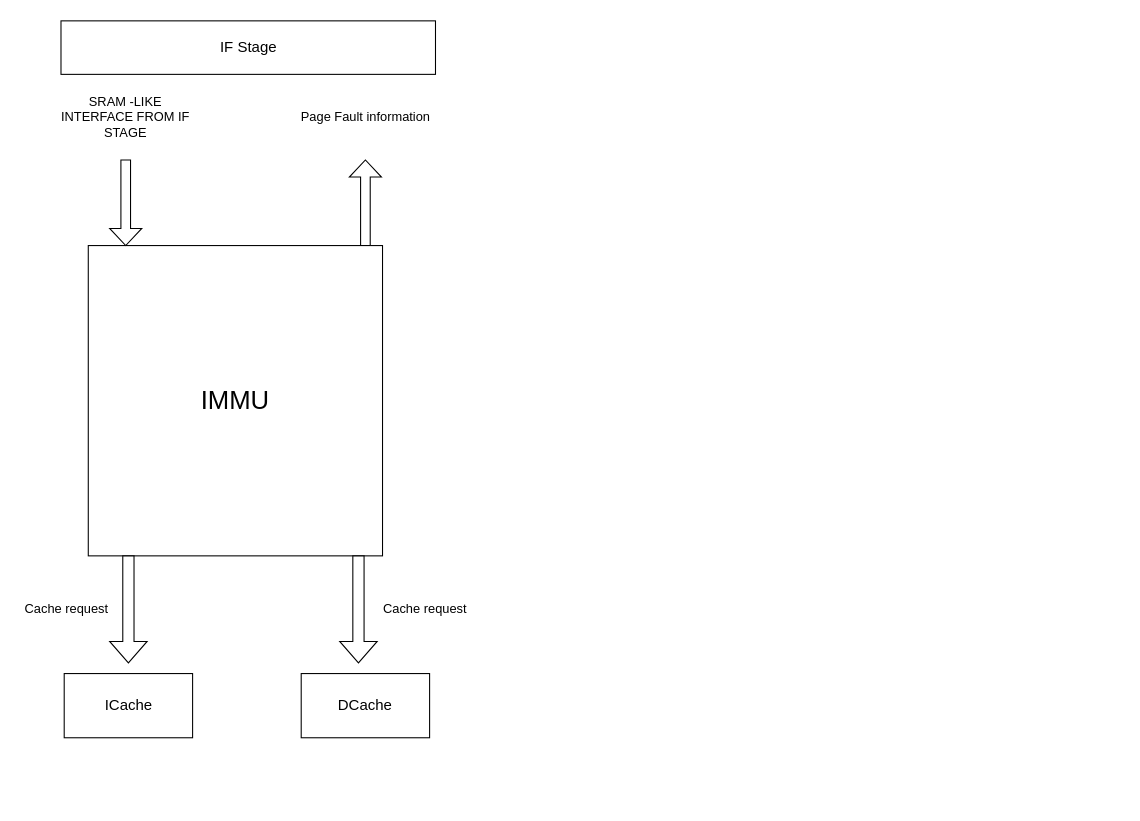
Before: MMU.drawio in happy-lx/drawio, a draw.io diagram. Source tidied: cells renumbered, new cells numbered last; positions are measured from the earlier drawing's top-left corner, leaving out a move shared by most shapes. Both pictures are drawn from the tidied source at 107%, with x=0, y=0 at pixel (18, 20).
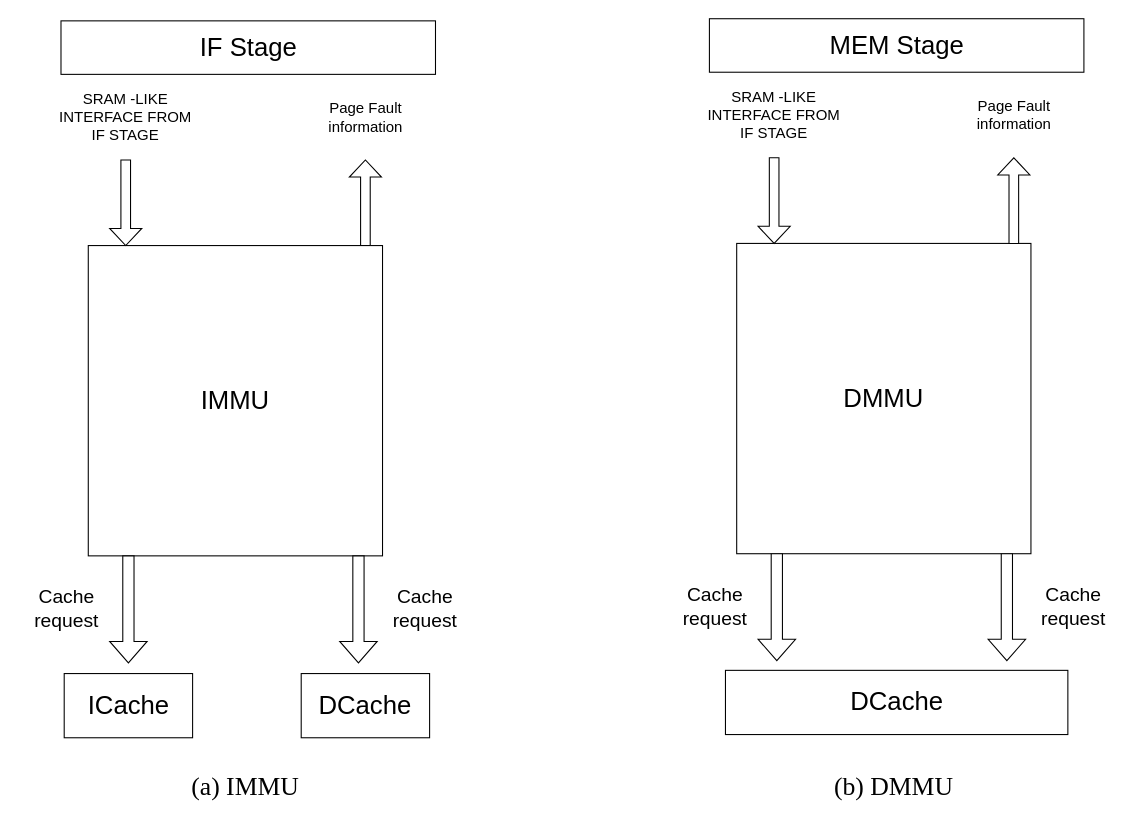
Above is the later version.

Diff of the diagram source:
```diff
@@
-    <mxCell id="4" value="SRAM -LIKE INTERFACE FROM IF STAGE" style="text;html=1;strokeColor=none;fillColor=none;align=center;verticalAlign=middle;whiteSpace=wrap;rounded=0;" parent="1" vertex="1">
+    <mxCell id="4" value="&lt;font style=&quot;font-size: 14px&quot;&gt;SRAM -LIKE INTERFACE FROM IF STAGE&lt;/font&gt;" style="text;html=1;strokeColor=none;fillColor=none;align=center;verticalAlign=middle;whiteSpace=wrap;rounded=0;" parent="1" vertex="1">
       <mxGeometry x="30" y="60" width="140" height="60" as="geometry" />
     </mxCell>
-    <mxCell id="5" value="&lt;font style=&quot;font-size: 14px&quot;&gt;IF Stage&lt;/font&gt;" style="rounded=0;whiteSpace=wrap;html=1;" parent="1" vertex="1">
+    <mxCell id="5" value="&lt;font style=&quot;font-size: 24px&quot;&gt;IF Stage&lt;/font&gt;" style="rounded=0;whiteSpace=wrap;html=1;" parent="1" vertex="1">
       <mxGeometry x="39.5" width="350" height="50" as="geometry" />
     </mxCell>
@@
-    <mxCell id="7" value="Page Fault information" style="text;html=1;strokeColor=none;fillColor=none;align=center;verticalAlign=middle;whiteSpace=wrap;rounded=0;" parent="1" vertex="1">
+    <mxCell id="7" value="&lt;font style=&quot;font-size: 14px&quot;&gt;Page Fault information&lt;/font&gt;" style="text;html=1;strokeColor=none;fillColor=none;align=center;verticalAlign=middle;whiteSpace=wrap;rounded=0;" parent="1" vertex="1">
       <mxGeometry x="258.5" y="65" width="131" height="50" as="geometry" />
     </mxCell>
-    <mxCell id="8" value="&lt;font style=&quot;font-size: 14px&quot;&gt;ICache&lt;/font&gt;" style="rounded=0;whiteSpace=wrap;html=1;" parent="1" vertex="1">
+    <mxCell id="8" value="&lt;font style=&quot;font-size: 24px&quot;&gt;ICache&lt;/font&gt;" style="rounded=0;whiteSpace=wrap;html=1;" parent="1" vertex="1">
       <mxGeometry x="42.5" y="610" width="120" height="60" as="geometry" />
     </mxCell>
-    <mxCell id="9" value="&lt;font style=&quot;font-size: 14px&quot;&gt;DCache&lt;/font&gt;" style="rounded=0;whiteSpace=wrap;html=1;" parent="1" vertex="1">
+    <mxCell id="9" value="&lt;font style=&quot;font-size: 24px&quot;&gt;DCache&lt;/font&gt;" style="rounded=0;whiteSpace=wrap;html=1;" parent="1" vertex="1">
       <mxGeometry x="264" y="610" width="120" height="60" as="geometry" />
     </mxCell>
@@
-    <mxCell id="12" value="Cache request" style="text;html=1;strokeColor=none;fillColor=none;align=center;verticalAlign=middle;whiteSpace=wrap;rounded=0;" parent="1" vertex="1">
+    <mxCell id="12" value="&lt;font style=&quot;font-size: 18px&quot;&gt;Cache request&lt;/font&gt;" style="text;html=1;strokeColor=none;fillColor=none;align=center;verticalAlign=middle;whiteSpace=wrap;rounded=0;" parent="1" vertex="1">
       <mxGeometry y="530" width="90" height="40" as="geometry" />
     </mxCell>
-    <mxCell id="13" value="Cache request" style="text;html=1;strokeColor=none;fillColor=none;align=center;verticalAlign=middle;whiteSpace=wrap;rounded=0;" parent="1" vertex="1">
+    <mxCell id="13" value="&lt;font style=&quot;font-size: 18px&quot;&gt;Cache request&lt;/font&gt;" style="text;html=1;strokeColor=none;fillColor=none;align=center;verticalAlign=middle;whiteSpace=wrap;rounded=0;" parent="1" vertex="1">
       <mxGeometry x="335" y="530" width="90" height="40" as="geometry" />
     </mxCell>
+    <mxCell id="14" value="&lt;font style=&quot;font-size: 24px&quot;&gt;DMMU&lt;/font&gt;" style="rounded=0;whiteSpace=wrap;html=1;" parent="1" vertex="1">
+      <mxGeometry x="671" y="208" width="275" height="290" as="geometry" />
+    </mxCell>
+    <mxCell id="15" style="shape=singleArrow;direction=south;whiteSpace=wrap;html=1;" parent="1" vertex="1">
+      <mxGeometry x="691" y="128" width="30" height="80" as="geometry" />
+    </mxCell>
+    <mxCell id="16" value="&lt;font style=&quot;font-size: 14px&quot;&gt;SRAM -LIKE INTERFACE FROM IF STAGE&lt;/font&gt;" style="text;html=1;strokeColor=none;fillColor=none;align=center;verticalAlign=middle;whiteSpace=wrap;rounded=0;" parent="1" vertex="1">
+      <mxGeometry x="636" y="58" width="140" height="60" as="geometry" />
+    </mxCell>
+    <mxCell id="17" value="&lt;font style=&quot;font-size: 24px&quot;&gt;MEM Stage&lt;/font&gt;" style="rounded=0;whiteSpace=wrap;html=1;" parent="1" vertex="1">
+      <mxGeometry x="645.5" y="-2" width="350" height="50" as="geometry" />
+    </mxCell>
+    <mxCell id="18" style="shape=singleArrow;direction=west;whiteSpace=wrap;html=1;rotation=90;" parent="1" vertex="1">
+      <mxGeometry x="890" y="153" width="80" height="30" as="geometry" />
+    </mxCell>
+    <mxCell id="19" value="&lt;font style=&quot;font-size: 14px&quot;&gt;Page Fault information&lt;/font&gt;" style="text;html=1;strokeColor=none;fillColor=none;align=center;verticalAlign=middle;whiteSpace=wrap;rounded=0;" parent="1" vertex="1">
+      <mxGeometry x="864.5" y="63" width="131" height="50" as="geometry" />
+    </mxCell>
+    <mxCell id="20" value="&lt;font style=&quot;font-size: 24px&quot;&gt;DCache&lt;/font&gt;" style="rounded=0;whiteSpace=wrap;html=1;" parent="1" vertex="1">
+      <mxGeometry x="660.5" y="607" width="320" height="60" as="geometry" />
+    </mxCell>
+    <mxCell id="21" style="shape=singleArrow;direction=south;whiteSpace=wrap;html=1;" parent="1" vertex="1">
+      <mxGeometry x="691" y="498" width="35" height="100" as="geometry" />
+    </mxCell>
+    <mxCell id="22" style="shape=singleArrow;direction=south;whiteSpace=wrap;html=1;" parent="1" vertex="1">
+      <mxGeometry x="906" y="498" width="35" height="100" as="geometry" />
+    </mxCell>
+    <mxCell id="23" value="&lt;font style=&quot;font-size: 18px&quot;&gt;Cache request&lt;/font&gt;" style="text;html=1;strokeColor=none;fillColor=none;align=center;verticalAlign=middle;whiteSpace=wrap;rounded=0;" parent="1" vertex="1">
+      <mxGeometry x="606" y="528" width="90" height="40" as="geometry" />
+    </mxCell>
+    <mxCell id="24" value="&lt;font style=&quot;font-size: 18px&quot;&gt;Cache request&lt;/font&gt;" style="text;html=1;strokeColor=none;fillColor=none;align=center;verticalAlign=middle;whiteSpace=wrap;rounded=0;" parent="1" vertex="1">
+      <mxGeometry x="941" y="528" width="90" height="40" as="geometry" />
+    </mxCell>
+    <mxCell id="25" value="&lt;font style=&quot;font-size: 24px&quot; face=&quot;Times New Roman&quot;&gt;(a) IMMU&lt;/font&gt;" style="text;html=1;strokeColor=none;fillColor=none;align=center;verticalAlign=middle;whiteSpace=wrap;rounded=0;" parent="1" vertex="1">
+      <mxGeometry x="132" y="704" width="160" height="23" as="geometry" />
+    </mxCell>
+    <mxCell id="26" value="&lt;font style=&quot;font-size: 24px&quot; face=&quot;Times New Roman&quot;&gt;(b) DMMU&lt;/font&gt;" style="text;html=1;strokeColor=none;fillColor=none;align=center;verticalAlign=middle;whiteSpace=wrap;rounded=0;" parent="1" vertex="1">
+      <mxGeometry x="738" y="704" width="160" height="23" as="geometry" />
+    </mxCell>
```
